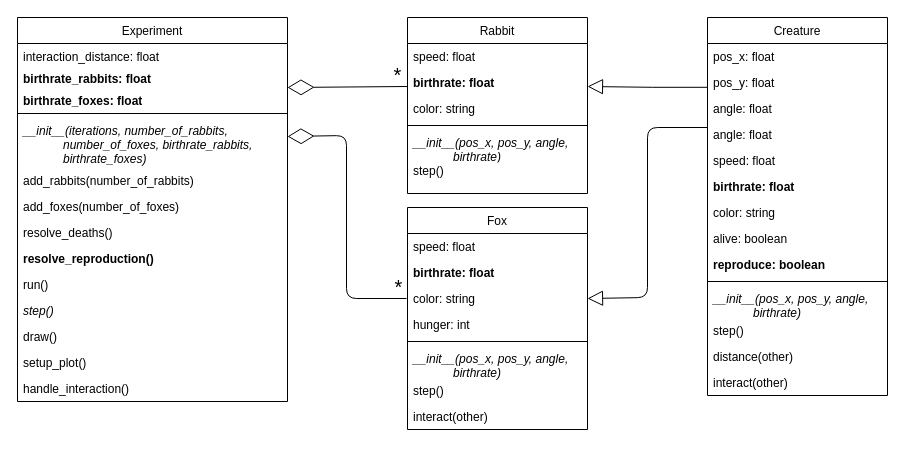
Earlier version of the draw.io diagram umls/phase8.drawio (spcourse/populations-oo). Source tidied: cells renumbered, new cells numbered last; positions are measured from the earlier drawing's top-left corner, leaving out a move shared by most shapes. Both pictures are drawn from the tidied source at 100%, with x=0, y=0 at pixel (17, 17).
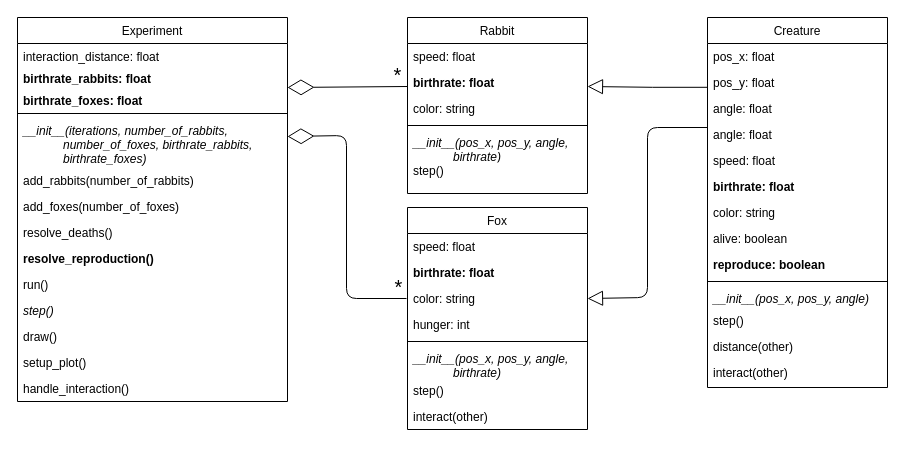
Above is the later version.

The edit, as a diff of the source:
```diff
@@
     <mxCell id="37" value="Creature" style="swimlane;fontStyle=0;align=center;verticalAlign=top;horizontal=1;startSize=26;rounded=0;shadow=0;strokeWidth=1;" parent="1" vertex="1">
-      <mxGeometry x="690" width="180" height="378" as="geometry" />
+      <mxGeometry x="690" width="180" height="370" as="geometry" />
     </mxCell>
@@
-    <mxCell id="48" value="__init__(pos_x, pos_y, angle,&#10;            birthrate)" style="text;align=left;verticalAlign=top;spacingLeft=4;spacingRight=4;overflow=hidden;fontStyle=2;" parent="37" vertex="1">
-      <mxGeometry y="268" width="180" height="32" as="geometry" />
+    <mxCell id="48" value="__init__(pos_x, pos_y, angle)" style="text;align=left;verticalAlign=top;spacingLeft=4;spacingRight=4;overflow=hidden;fontStyle=2;" parent="37" vertex="1">
+      <mxGeometry y="268" width="180" height="22" as="geometry" />
     </mxCell>
     <mxCell id="49" value="step()" style="text;align=left;verticalAlign=top;spacingLeft=4;spacingRight=4;overflow=hidden;fontStyle=0;" parent="37" vertex="1">
-      <mxGeometry y="300" width="180" height="26" as="geometry" />
+      <mxGeometry y="290" width="180" height="26" as="geometry" />
     </mxCell>
     <mxCell id="50" value="distance(other)" style="text;align=left;verticalAlign=top;spacingLeft=4;spacingRight=4;overflow=hidden;" parent="37" vertex="1">
-      <mxGeometry y="326" width="180" height="26" as="geometry" />
+      <mxGeometry y="316" width="180" height="26" as="geometry" />
     </mxCell>
     <mxCell id="51" value="interact(other)" style="text;align=left;verticalAlign=top;spacingLeft=4;spacingRight=4;overflow=hidden;fontStyle=0;" parent="37" vertex="1">
-      <mxGeometry y="352" width="180" height="26" as="geometry" />
+      <mxGeometry y="342" width="180" height="28" as="geometry" />
     </mxCell>
```
